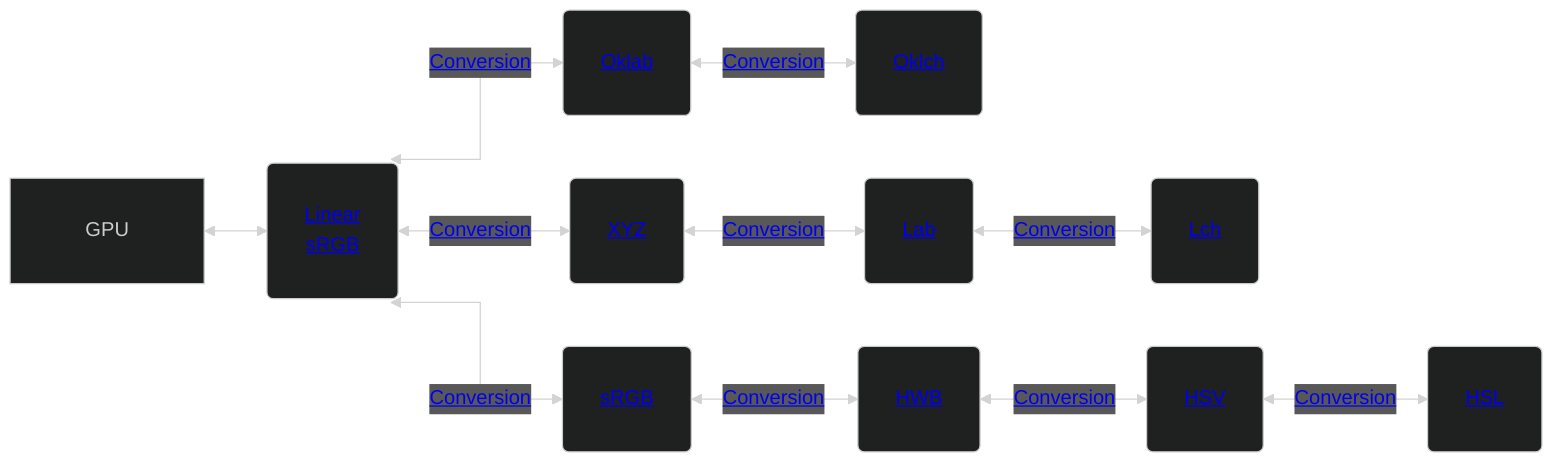
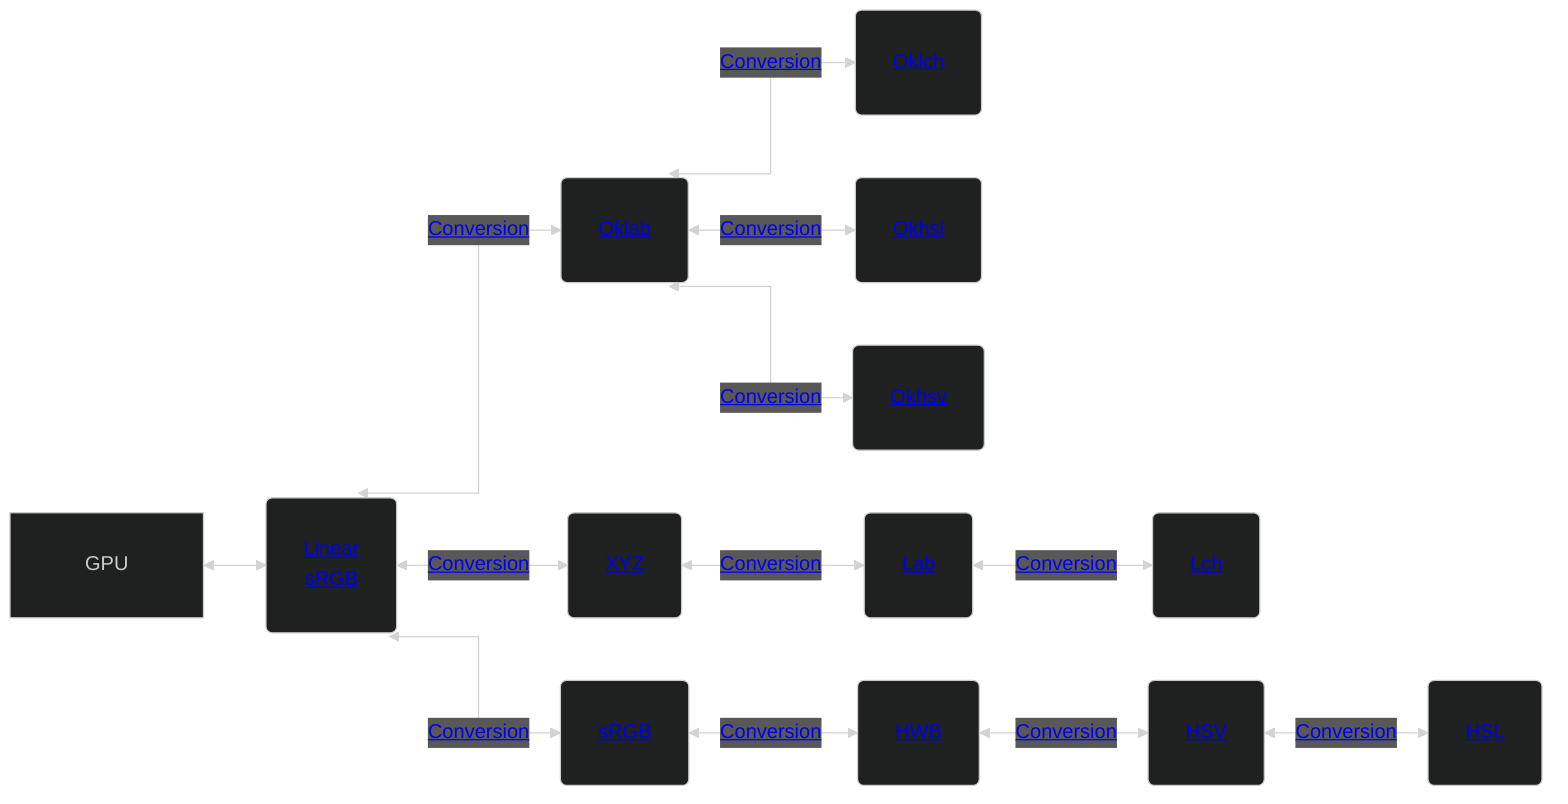
%%{ init: { 'theme': 'dark', 'flowchart': { 'curve': 'stepAfter', 'padding': 30 }, 'themeCSS': '.label foreignObject { overflow: visible; }' } }%%
flowchart LR
    lRGB(<a href='https://en.wikipedia.org/wiki/Rgb'>Linear<br/>sRGB</a>)
    Oklab(<a href='https://oklch.com/'>Oklab</a>)
    Oklch(<a href='https://oklch.com/'>Oklch</a>)
+     Okhsl(<a href='https://bottosson.github.io/posts/colorpicker'>Okhsl</a>)
+     Okhsv(<a href='https://bottosson.github.io/posts/colorpicker'>Okhsv</a>)
    XYZ(<a href='https://en.wikipedia.org/wiki/XYZ_color'>XYZ</a>)
    Lab(<a href='https://en.wikipedia.org/wiki/Lab_color'>Lab</a>)
    Lch(<a href='https://en.wikipedia.org/wiki/CIELAB_color_space#Cylindrical_model'>Lch</a>)
    sRGB(<a href='https://en.wikipedia.org/wiki/Srgb'>sRGB</a>)
    HWB(<a href='https://en.wikipedia.org/wiki/HWB_color_model'>HWB</a>)
    HSV(<a href='https://en.wikipedia.org/wiki/HSL_and_HSV'>HSV</a>)
    HSL(<a href='https://en.wikipedia.org/wiki/HSL_and_HSV'>HSL</a>)
    GPU <--> lRGB
    lRGB <--<a href='https://bottosson.github.io/posts/oklab/#converting-from-linear-srgb-to-oklab'>Conversion</a>--> Oklab
    Oklab <--<a href='https://bottosson.github.io/posts/oklab/#the-oklab-color-space'>Conversion</a>--> Oklch
+     Oklab <--<a href='https://bottosson.github.io/posts/colorpicker'>Conversion</a>--> Okhsl
+     Oklab <--<a href='https://bottosson.github.io/posts/colorpicker'>Conversion</a>--> Okhsv
    lRGB <--<a href='http://www.brucelindbloom.com/index.html?Eqn_RGB_XYZ_Matrix.html'>Conversion</a>--> XYZ
    XYZ <--<a href='http://www.brucelindbloom.com/index.html?Eqn_XYZ_to_Lab.html'>Conversion</a>--> Lab
    Lab <--<a href='http://www.brucelindbloom.com/index.html?Eqn_Lab_to_LCH.html'>Conversion</a>--> Lch
    lRGB <--<a href='https://en.wikipedia.org/wiki/SRGB#From_sRGB_to_CIE_XYZ'>Conversion</a>--> sRGB
    sRGB <--<a href='http://alvyray.com/Papers/CG/HWB_JGTv208.pdf'>Conversion</a>--> HWB
    HWB <--<a href='http://alvyray.com/Papers/CG/HWB_JGTv208.pdf'>Conversion</a>--> HSV
-     HSV <--<a href='https://en.wikipedia.org/wiki/HSL_and_HSV#Interconversion'>Conversion</a>--> HSL+     HSV <--<a href='https://en.wikipedia.org/wiki/HSL_and_HSV#Interconversion'>Conversion</a>--> HSL
